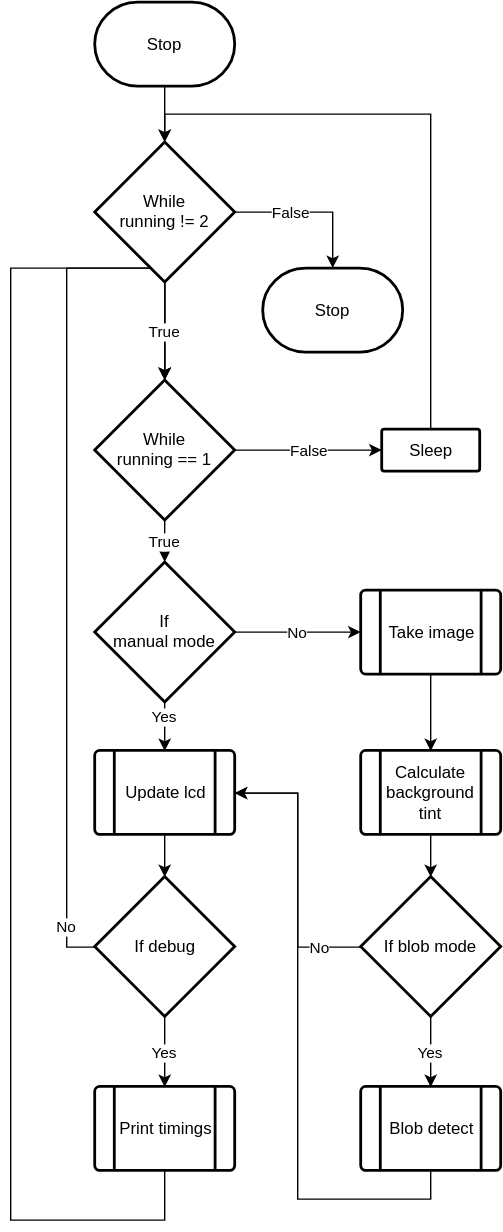
The draw.io diagram docs/flowchart.svg in djh1997/proj324, before a commit. Source tidied: cells renumbered, new cells last; positions are measured from the earlier drawing's top-left corner, leaving out a move shared by most shapes.
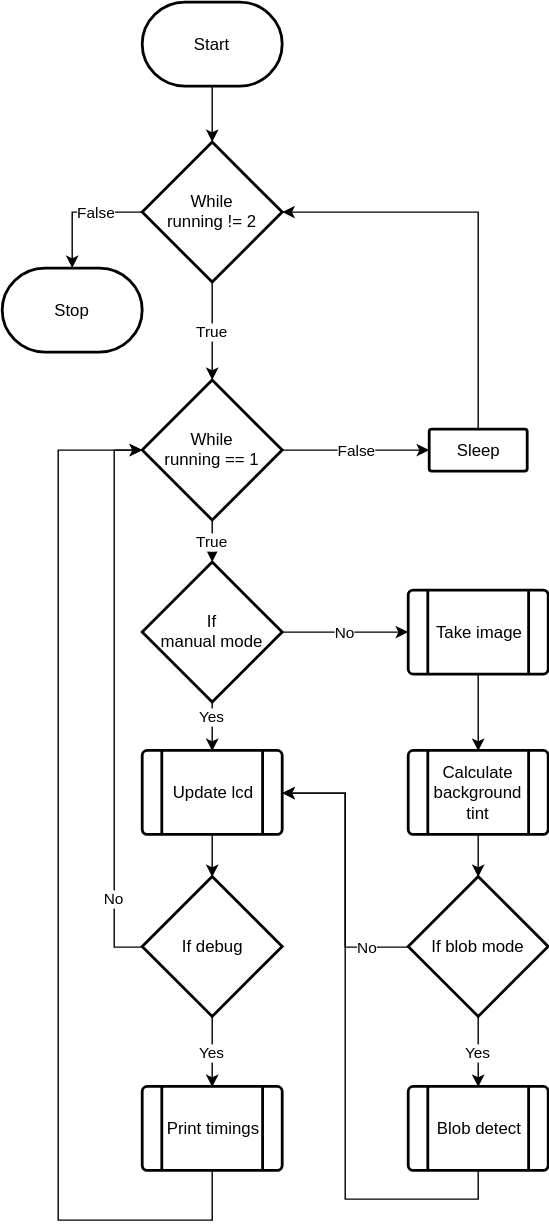
The same file after the commit.

Diff of the diagram source:
```diff
@@ -5,7 +5,7 @@
     <mxCell id="2" style="edgeStyle=orthogonalEdgeStyle;rounded=0;html=1;exitX=0.5;exitY=1;exitPerimeter=0;entryX=0.5;entryY=0;entryPerimeter=0;jettySize=auto;" parent="1" edge="1" source="3" target="30">
       <mxGeometry relative="1" as="geometry" />
     </mxCell>
-    <mxCell id="3" value="Stop" style="strokeWidth=2;html=1;shape=mxgraph.flowchart.terminator;whiteSpace=wrap;" parent="1" vertex="1">
+    <mxCell id="3" value="Start" style="strokeWidth=2;html=1;shape=mxgraph.flowchart.terminator;whiteSpace=wrap;" parent="1" vertex="1">
       <mxGeometry x="60" width="100" height="60" as="geometry" />
     </mxCell>
     <mxCell id="4" style="edgeStyle=orthogonalEdgeStyle;rounded=0;html=1;exitX=0.5;exitY=1;jettySize=auto;entryX=0.5;entryY=0;" parent="1" edge="1" source="5" target="20">
@@ -32,7 +32,7 @@
     <mxCell id="11" value="&lt;div&gt;If &lt;br&gt;&lt;/div&gt;&lt;div&gt; manual mode&lt;/div&gt;" style="strokeWidth=2;html=1;shape=mxgraph.flowchart.decision;whiteSpace=wrap;" parent="1" vertex="1">
       <mxGeometry x="60" y="400" width="100" height="100" as="geometry" />
     </mxCell>
-    <mxCell id="12" style="edgeStyle=orthogonalEdgeStyle;rounded=0;html=1;exitX=0.5;exitY=0;exitPerimeter=0;jettySize=auto;entryX=0.5;entryY=0;entryPerimeter=0;" parent="1" edge="1" source="13" target="30">
+    <mxCell id="12" style="edgeStyle=orthogonalEdgeStyle;rounded=0;html=1;exitX=0.5;exitY=0;exitPerimeter=0;jettySize=auto;entryX=1;entryY=0.5;entryPerimeter=0;" parent="1" edge="1" source="13" target="30">
       <mxGeometry relative="1" as="geometry" />
     </mxCell>
     <mxCell id="13" value="Sleep" style="strokeWidth=2;html=1;shape=mxgraph.flowchart.process;whiteSpace=wrap;" parent="1" vertex="1">
@@ -68,26 +68,24 @@
     <mxCell id="23" value="Yes" style="edgeStyle=orthogonalEdgeStyle;rounded=0;html=1;exitX=0.5;exitY=1;exitPerimeter=0;entryX=0.5;entryY=0;jettySize=auto;" parent="1" edge="1" source="25" target="27">
       <mxGeometry relative="1" as="geometry" />
     </mxCell>
-    <mxCell id="24" value="No" style="edgeStyle=orthogonalEdgeStyle;rounded=0;html=1;exitX=0;exitY=0.5;exitPerimeter=0;jettySize=auto;entryX=0.5;entryY=0;entryPerimeter=0;" parent="1" edge="1" source="25" target="8">
-      <mxGeometry x="-0.94" y="-15" relative="1" as="geometry">
+    <mxCell id="24" value="No" style="edgeStyle=orthogonalEdgeStyle;rounded=0;html=1;exitX=0;exitY=0.5;exitPerimeter=0;jettySize=auto;" parent="1" edge="1" source="25">
+      <mxGeometry x="-0.72" relative="1" as="geometry">
+        <mxPoint x="60" y="320" as="targetPoint" />
         <Array as="points">
           <mxPoint x="40" y="675" />
-          <mxPoint x="40" y="190" />
-          <mxPoint x="110" y="190" />
+          <mxPoint x="40" y="320" />
         </Array>
-        <mxPoint x="-15" y="-15" as="offset" />
       </mxGeometry>
     </mxCell>
     <mxCell id="25" value="If debug" style="strokeWidth=2;html=1;shape=mxgraph.flowchart.decision;whiteSpace=wrap;" parent="1" vertex="1">
       <mxGeometry x="60" y="624.5" width="100" height="100" as="geometry" />
     </mxCell>
-    <mxCell id="26" style="edgeStyle=orthogonalEdgeStyle;rounded=0;html=1;exitX=0.5;exitY=1;entryX=0.5;entryY=0;entryPerimeter=0;jettySize=auto;" parent="1" edge="1" source="27" target="8">
+    <mxCell id="26" style="edgeStyle=orthogonalEdgeStyle;rounded=0;html=1;exitX=0.5;exitY=1;entryX=0;entryY=0.5;entryPerimeter=0;jettySize=auto;" parent="1" edge="1" source="27" target="8">
       <mxGeometry relative="1" as="geometry">
         <Array as="points">
           <mxPoint x="110" y="870" />
           <mxPoint y="870" />
-          <mxPoint y="190" />
-          <mxPoint x="110" y="190" />
+          <mxPoint y="320" />
         </Array>
       </mxGeometry>
     </mxCell>
@@ -97,14 +95,14 @@
     <mxCell id="28" value="True" style="edgeStyle=orthogonalEdgeStyle;rounded=0;html=1;exitX=0.5;exitY=1;exitPerimeter=0;jettySize=auto;entryX=0.5;entryY=0;entryPerimeter=0;" parent="1" edge="1" source="30" target="8">
       <mxGeometry relative="1" as="geometry" />
     </mxCell>
-    <mxCell id="29" value="False" style="edgeStyle=orthogonalEdgeStyle;rounded=0;html=1;jettySize=auto;entryX=0.5;entryY=0;entryPerimeter=0;exitX=1;exitY=0.5;exitPerimeter=0;" parent="1" edge="1" source="30" target="31">
+    <mxCell id="29" value="False" style="edgeStyle=orthogonalEdgeStyle;rounded=0;html=1;jettySize=auto;entryX=0.5;entryY=0;entryPerimeter=0;exitX=0;exitY=0.5;exitPerimeter=0;" parent="1" edge="1" source="30" target="31">
       <mxGeometry x="-0.27" relative="1" as="geometry" />
     </mxCell>
     <mxCell id="30" value="&lt;div&gt;While &lt;br&gt;&lt;/div&gt;&lt;div&gt;running != 2&lt;br&gt;&lt;/div&gt;" style="strokeWidth=2;html=1;shape=mxgraph.flowchart.decision;whiteSpace=wrap;verticalAlign=middle;" parent="1" vertex="1">
       <mxGeometry x="60" y="100" width="100" height="100" as="geometry" />
     </mxCell>
     <mxCell id="31" value="Stop" style="strokeWidth=2;html=1;shape=mxgraph.flowchart.terminator;whiteSpace=wrap;" parent="1" vertex="1">
-      <mxGeometry x="180" y="190" width="100" height="60" as="geometry" />
+      <mxGeometry x="-40" y="190" width="100" height="60" as="geometry" />
     </mxCell>
   </root>
 </mxGraphModel>
```
